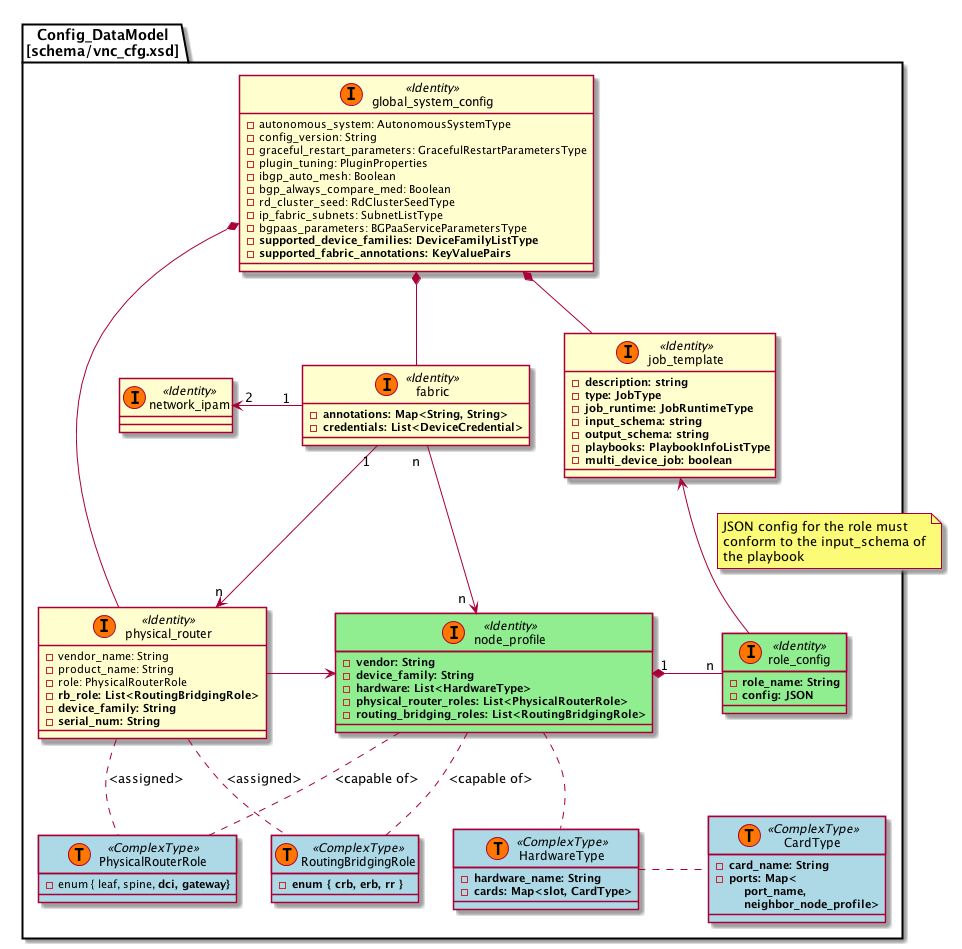
Earlier version of the PlantUML export 5.0.1-data-model/images/node_profile.png (jnpr-tjiang/cfm-data-model).
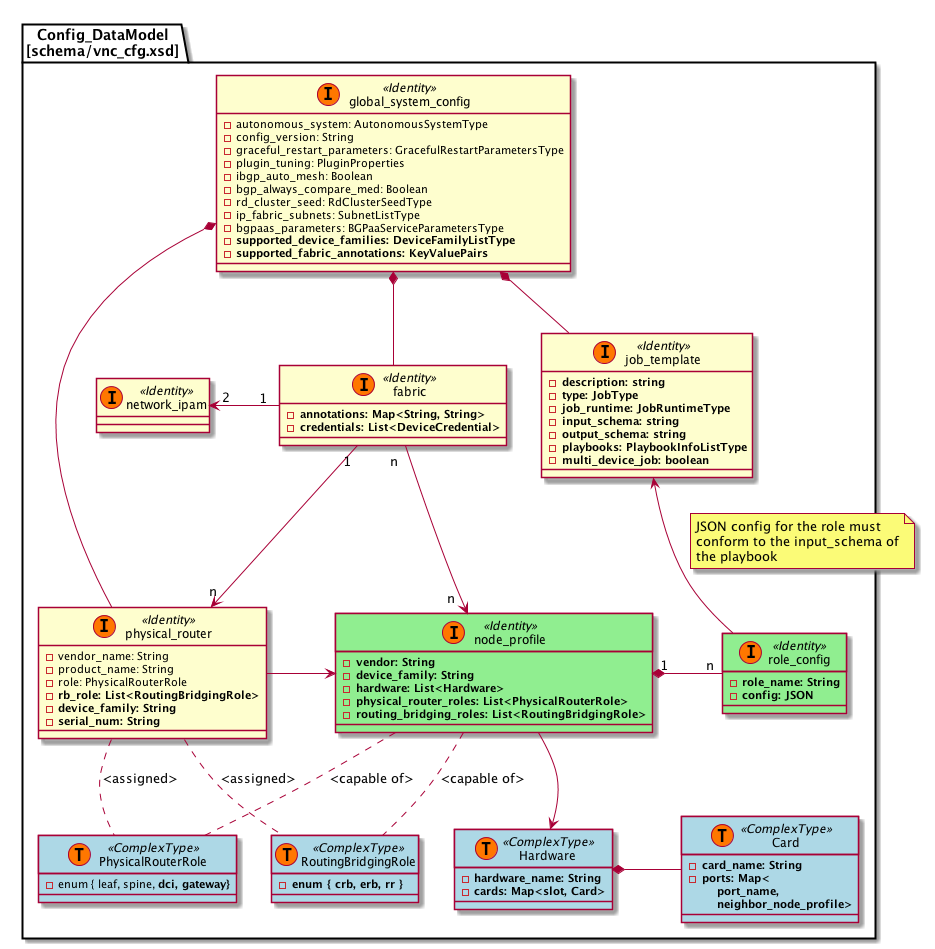
After the commit.

Diff of the diagram source:
```diff
@@ -35,17 +35,17 @@
     class node_profile << (I, #FF7700) Identity>> #lightgreen {
         - <b>vendor: String
         - <b>device_family: String
-        - <b>hardware: List<HardwareType>
+        - <b>hardware: List<Hardware>
         - <b>physical_router_roles: List<PhysicalRouterRole>
         - <b>routing_bridging_roles: List<RoutingBridgingRole>
     }
 
-    class HardwareType << (T, #FF7700) ComplexType >> #lightblue {
+    class Hardware << (T, #FF7700) ComplexType >> #lightblue {
       - <b>hardware_name: String
-      - <b>cards: Map<slot, CardType>
+      - <b>cards: Map<slot, Card>
     }
 
-    class CardType << (T, #FF7700) ComplexType >> #lightblue {
+    class Card << (T, #FF7700) ComplexType >> #lightblue {
         - <b>card_name: String
         - <b>ports: Map<
              <b>port_name,
@@ -91,11 +91,11 @@
     end note
 
     node_profile "1" *- "n" role_config
-    node_profile .. HardwareType
+    node_profile --> Hardware
     node_profile .. PhysicalRouterRole: <capable of>
     node_profile .. RoutingBridgingRole: <capable of>
 
-    HardwareType . CardType
+    Hardware *- Card
 
     physical_router .. PhysicalRouterRole:  "<assigned>"
     physical_router .. RoutingBridgingRole:  "<assigned>"
```
